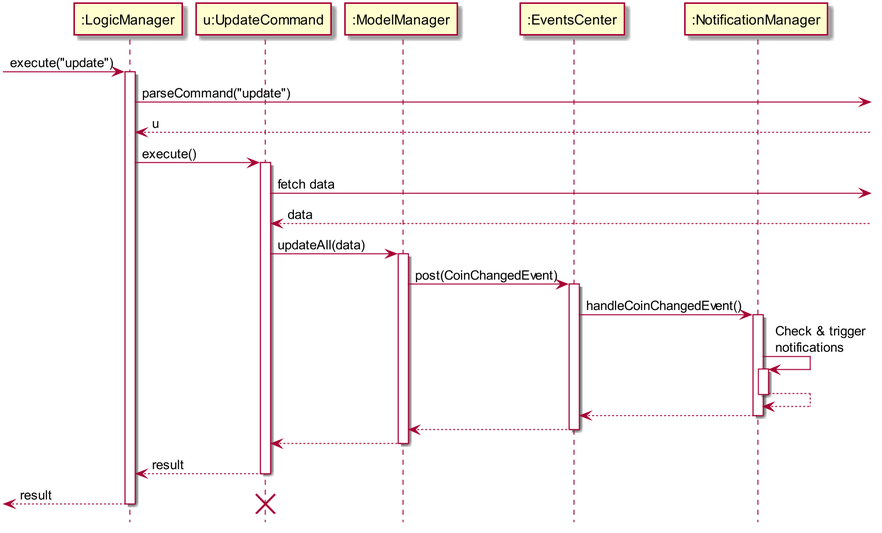
Earlier version of the PlantUML export images/NotificationsSequenceDiagram2.png (CS2103JAN2018-F09-B3/addressbook-level4). Its diagram source:
```plantuml
@startuml
skinparam dpi 200


hide footbox

participant ":LogicManager" as LM
participant "u:UpdateCommand" as U
participant ":ModelManager" as M
participant ":EventsCenter" as E
participant ":NotificationManager" as N


[-> LM : execute("update")
activate LM
LM ->] : parseCommand("update")
LM <--] : u

LM -> U : execute()
activate U
U ->] : fetch data
U <--] : data

U -> M : updateAll(data)
activate M
M -> E : post(CoinChangedEvent)
activate E
E -> N : handleCoinChangedEvent()
activate N
N -> N : Check & trigger\nnotifications
activate N
N --> N
deactivate N
E <-- N
deactivate N
M <-- E
deactivate E
U <-- M
deactivate M

LM <-- U : result
deactivate U
[<-- LM : result
deactivate LM
destroy U

@enduml
```
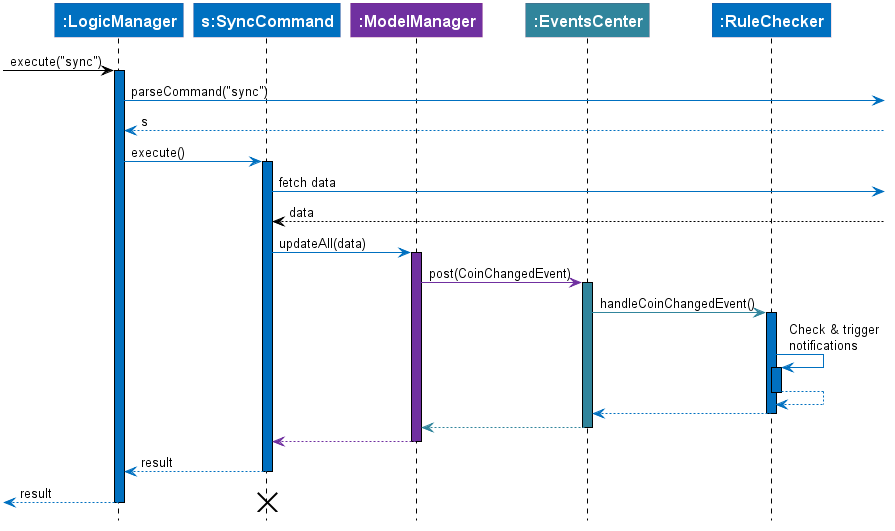
The same file after the commit.

Change to the diagram source:
```diff
@@ -1,46 +1,57 @@
 @startuml
-skinparam dpi 200
-
 
 hide footbox
 
-participant ":LogicManager" as LM
-participant "u:UpdateCommand" as U
-participant ":ModelManager" as M
-participant ":EventsCenter" as E
-participant ":NotificationManager" as N
+skinparam shadowing false
+skinparam sequence {
+  ActorBackgroundColor #DDDDDD
+  ActorBorderColor black
+  ArrowColor black
+  ParticipantFontColor white
+  ParticipantFontSize 16
+  ParticipantFontStyle bold
+  ParticipantBorderThickness 0
+  LifeLineBorderColor black
+  defaultFontName Calibri
+}
+
+participant ":LogicManager" as LM #0070C0
+participant "s:SyncCommand" as U #0070C0
+participant ":ModelManager" as M #7030A0
+participant ":EventsCenter" as E #31859C
+participant ":RuleChecker" as N #0070C0
 
 
-[-> LM : execute("update")
-activate LM
-LM ->] : parseCommand("update")
-LM <--] : u
+[-> LM : execute("sync")
+activate LM #0070C0
+LM -[#0070C0]>] : parseCommand("sync")
+LM <-[#0070C0]-] : s
 
-LM -> U : execute()
-activate U
-U ->] : fetch data
+LM -[#0070C0]> U : execute()
+activate U #0070C0
+U -[#0070C0]>] : fetch data
 U <--] : data
 
-U -> M : updateAll(data)
-activate M
-M -> E : post(CoinChangedEvent)
-activate E
-E -> N : handleCoinChangedEvent()
-activate N
-N -> N : Check & trigger\nnotifications
-activate N
-N --> N
+U -[#0070C0]> M : updateAll(data)
+activate M #7030A0
+M -[#7030A0]> E : post(CoinChangedEvent)
+activate E #31859C
+E -[#31859C]> N : handleCoinChangedEvent()
+activate N #0070C0
+N -[#0070C0]> N : Check & trigger\nnotifications
+activate N #0070C0
+N -[#0070C0]-> N
 deactivate N
-E <-- N
+E <-[#0070C0]- N
 deactivate N
-M <-- E
+M <-[#31859C]- E
 deactivate E
-U <-- M
+U <-[#7030A0]- M
 deactivate M
 
-LM <-- U : result
+LM <-[#0070C0]- U : result
 deactivate U
-[<-- LM : result
+[<-[#0070C0]- LM : result
 deactivate LM
 destroy U
 
```
